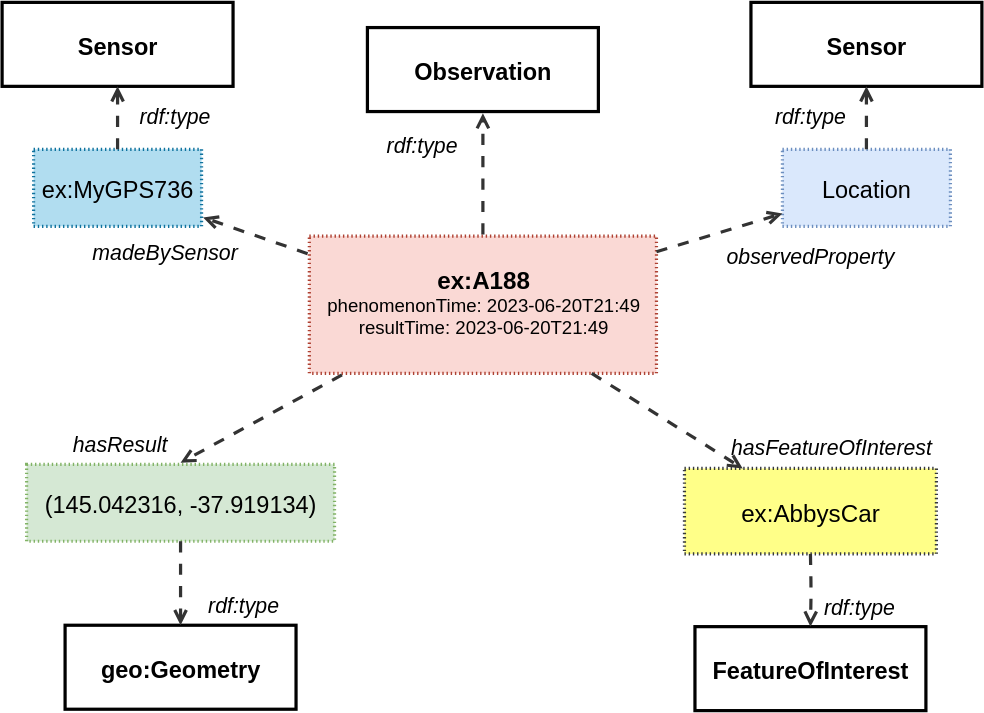
afeliachi/sdw-sosa-ssn keeps this draw.io diagram as ssn/images/GeometryResult.svg. Above is the earlier version. Source tidied: cells renumbered, new cells last; positions are measured from the earlier drawing's top-left corner, leaving out a move shared by most shapes.
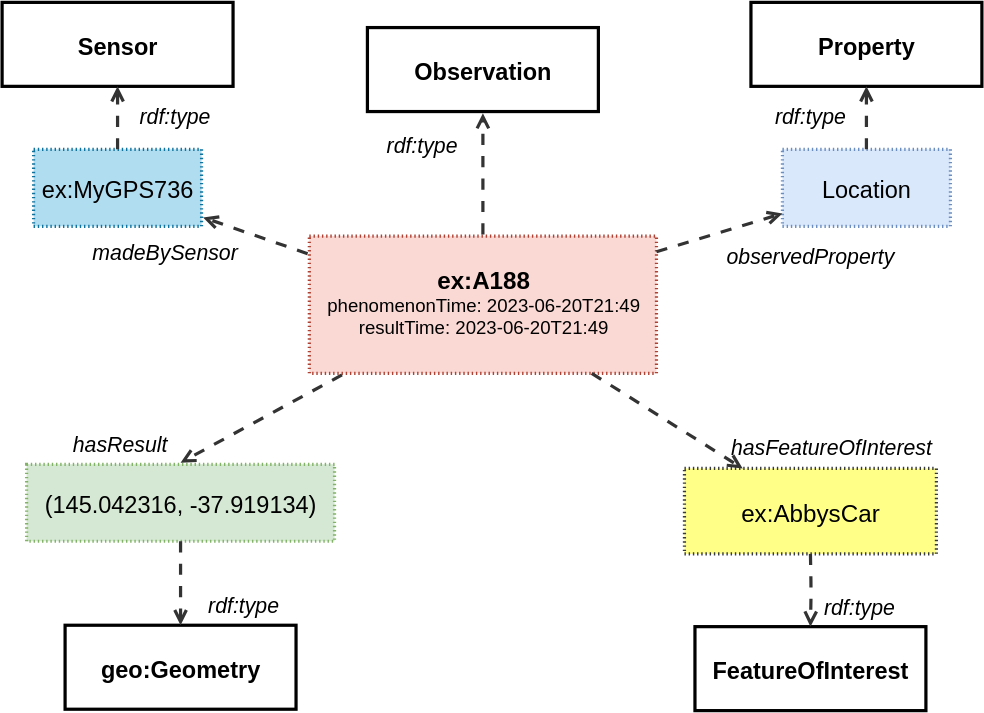
After the commit.

Commit message:
Incorrect Class name

Change to the diagram source:
```diff
@@ -68,7 +68,7 @@
     <mxCell id="23" value="rdf:type" style="html=1;overflow=block;blockSpacing=1;whiteSpace=wrap;fontSize=15.2;fontStyle=2;align=center;spacing=0;strokeColor=none;strokeOpacity=100;fillOpacity=100;fillColor=none;strokeWidth=2.3;lucidId=.~cNctn8BtbW;fontColor=default;convertToSvg=1;" parent="1" vertex="1">
       <mxGeometry x="88.5" y="65" width="70" height="30" as="geometry" />
     </mxCell>
-    <mxCell id="24" value="&lt;b&gt;Sensor&lt;/b&gt;" style="html=1;overflow=block;blockSpacing=1;whiteSpace=wrap;fontSize=16.8;align=center;spacing=0;strokeOpacity=100;fillColor=none;strokeWidth=2.3;fontColor=default;convertToSvg=1;" parent="1" vertex="1">
+    <mxCell id="24" value="&lt;b&gt;Property&lt;/b&gt;" style="html=1;overflow=block;blockSpacing=1;whiteSpace=wrap;fontSize=16.8;align=center;spacing=0;strokeOpacity=100;fillColor=none;strokeWidth=2.3;fontColor=default;convertToSvg=1;" parent="1" vertex="1">
       <mxGeometry x="535" width="165" height="60" as="geometry" />
     </mxCell>
     <mxCell id="25" style="html=1;jettySize=18;whiteSpace=wrap;fontSize=13;strokeColor=#333333;strokeOpacity=100;dashed=1;fixDash=1;dashPattern=8 8;strokeWidth=2.3;rounded=1;arcSize=24;edgeStyle=orthogonalEdgeStyle;startArrow=none;endArrow=open;lucidId=Z~cNARtLXu1l;fontColor=default;convertToSvg=1;" parent="1" edge="1" source="6" target="24">
```
